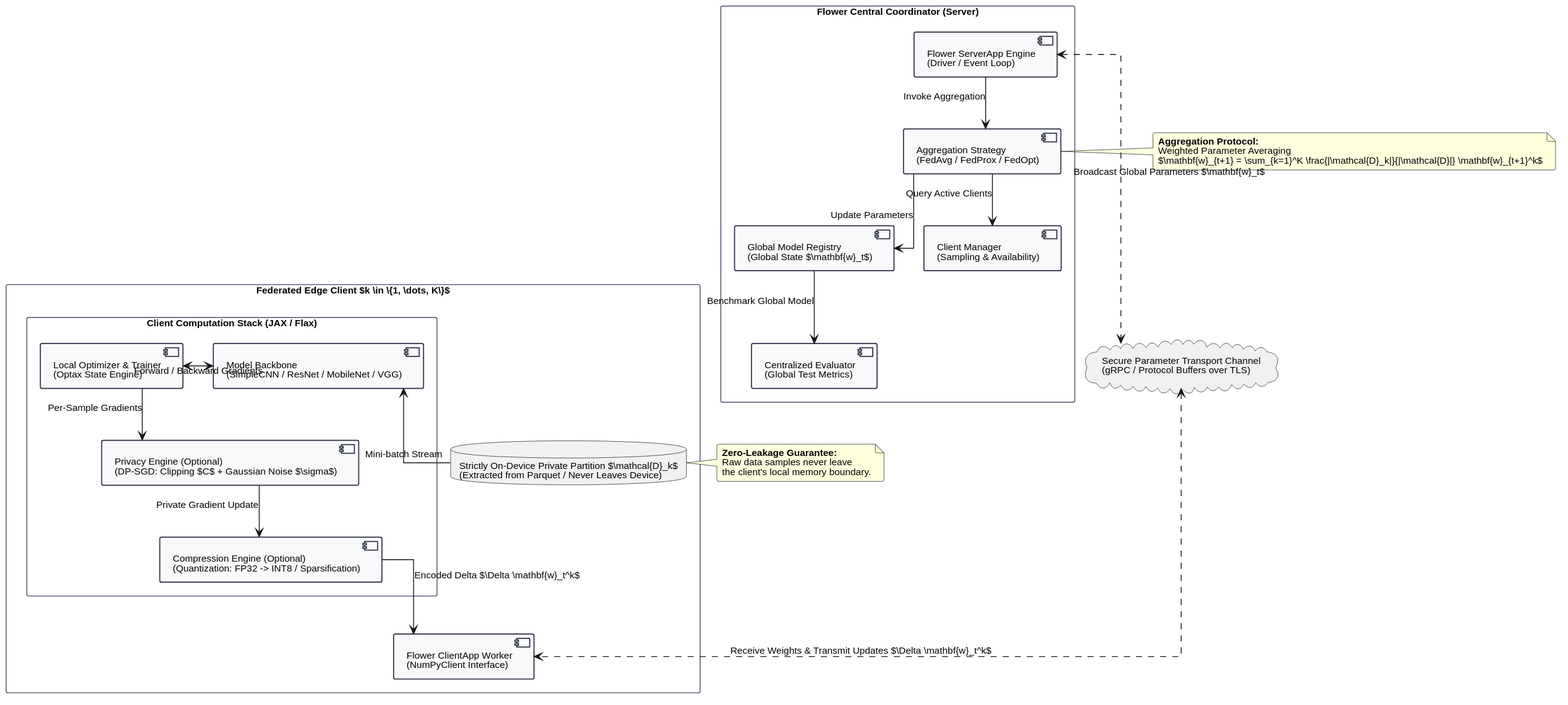
This is diagrams/03-system-architecture/fl_system_overview.svg from bernardbdas/research, a PlantUML export, as it was before one commit. Its diagram source:
```plantuml
@startuml
skinparam monochrome false
skinparam shadowing false
skinparam roundcorner 4
skinparam defaultFontName "Helvetica"
skinparam defaultFontSize 11
skinparam linetype ortho
skinparam packageStyle rectangle

skinparam component {
    BackgroundColor #F8F9FA
    BorderColor #2B2D42
    BorderThickness 1.2
}

skinparam package {
    BackgroundColor #FFFFFF
    BorderColor #4A4E69
    BorderThickness 1.2
    FontStyle bold
}

package "Flower Central Coordinator (Server)" as ServerSide {
    component "Flower ServerApp Engine\n(Driver / Event Loop)" as S_Engine
    component "Aggregation Strategy\n(FedAvg / FedProx / FedOpt)" as S_Strat
    component "Client Manager\n(Sampling & Availability)" as S_CM
    component "Global Model Registry\n(Global State $\mathbf{w}_t$)" as S_Model
    component "Centralized Evaluator\n(Global Test Metrics)" as S_Eval

    S_Engine --> S_Strat : Invoke Aggregation
    S_Strat --> S_CM : Query Active Clients
    S_Strat --> S_Model : Update Parameters
    S_Model --> S_Eval : Benchmark Global Model
}

cloud "Secure Parameter Transport Channel\n(gRPC / Protocol Buffers over TLS)" as Network

package "Federated Edge Client $k \in \{1, \dots, K\}$" as ClientSide {
    component "Flower ClientApp Worker\n(NumPyClient Interface)" as C_App

    package "Client Computation Stack (JAX / Flax)" as JAXStack {
        component "Model Backbone\n(SimpleCNN / ResNet / MobileNet / VGG)" as C_Model
        component "Local Optimizer & Trainer\n(Optax State Engine)" as C_Opt
        component "Privacy Engine (Optional)\n(DP-SGD: Clipping $C$ + Gaussian Noise $\sigma$)" as C_DP
        component "Compression Engine (Optional)\n(Quantization: FP32 -> INT8 / Sparsification)" as C_Comp
    }

    database "Strictly On-Device Private Partition $\mathcal{D}_k$\n(Extracted from Parquet / Never Leaves Device)" as LocalData

    LocalData -up-> C_Model : Mini-batch Stream
    C_Model <-> C_Opt : Forward / Backward Gradients
    C_Opt --> C_DP : Per-Sample Gradients
    C_DP --> C_Comp : Private Gradient Update
    C_Comp --> C_App : Encoded Delta $\Delta \mathbf{w}_t^k$
}

S_Engine <..down..> Network : Broadcast Global Parameters $\mathbf{w}_t$
Network <..down..> C_App : Receive Weights & Transmit Updates $\Delta \mathbf{w}_t^k$

note right of LocalData
  <b>Zero-Leakage Guarantee:</b>
  Raw data samples never leave
  the client's local memory boundary.
end note

note right of S_Strat
  <b>Aggregation Protocol:</b>
  Weighted Parameter Averaging
  $\mathbf{w}_{t+1} = \sum_{k=1}^K \frac{|\mathcal{D}_k|}{|\mathcal{D}|} \mathbf{w}_{t+1}^k$
end note
@enduml
```
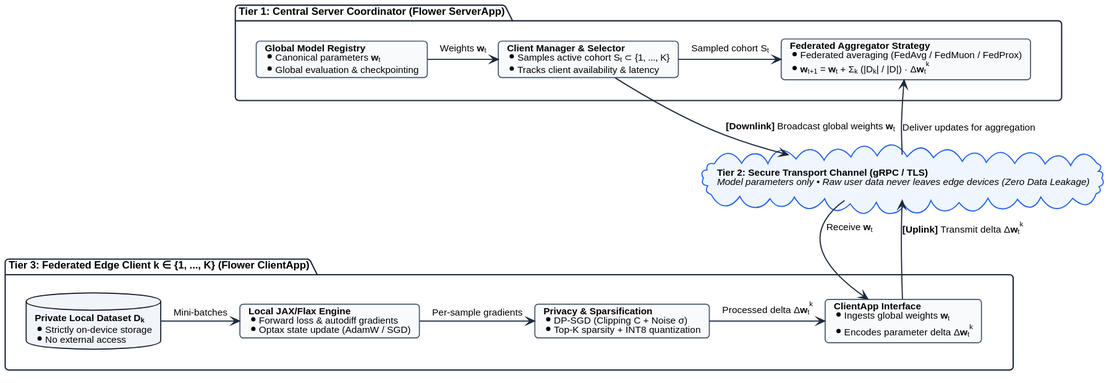
The same diagram one commit later.

Diff of the diagram source:
```diff
@@ -1,71 +1,73 @@
 @startuml
+top to bottom direction
+
 skinparam monochrome false
 skinparam shadowing false
-skinparam roundcorner 4
+skinparam roundcorner 8
 skinparam defaultFontName "Helvetica"
 skinparam defaultFontSize 11
-skinparam linetype ortho
-skinparam packageStyle rectangle
+skinparam ranksep 45
+skinparam nodesep 28
 
-skinparam component {
-    BackgroundColor #F8F9FA
-    BorderColor #2B2D42
+skinparam package {
+    BackgroundColor #FFFFFF
+    BorderColor #1E293B
+    BorderThickness 1.5
+    FontStyle bold
+    FontSize 12
+}
+
+skinparam card {
+    BackgroundColor #F8FAFC
+    BorderColor #475569
     BorderThickness 1.2
 }
 
-skinparam package {
-    BackgroundColor #FFFFFF
-    BorderColor #4A4E69
+skinparam database {
+    BackgroundColor #F1F5F9
+    BorderColor #0F172A
     BorderThickness 1.2
-    FontStyle bold
 }
 
-package "Flower Central Coordinator (Server)" as ServerSide {
-    component "Flower ServerApp Engine\n(Driver / Event Loop)" as S_Engine
-    component "Aggregation Strategy\n(FedAvg / FedProx / FedOpt)" as S_Strat
-    component "Client Manager\n(Sampling & Availability)" as S_CM
-    component "Global Model Registry\n(Global State $\mathbf{w}_t$)" as S_Model
-    component "Centralized Evaluator\n(Global Test Metrics)" as S_Eval
-
-    S_Engine --> S_Strat : Invoke Aggregation
-    S_Strat --> S_CM : Query Active Clients
-    S_Strat --> S_Model : Update Parameters
-    S_Model --> S_Eval : Benchmark Global Model
+skinparam cloud {
+    BackgroundColor #EFF6FF
+    BorderColor #2563EB
+    BorderThickness 1.3
 }
 
-cloud "Secure Parameter Transport Channel\n(gRPC / Protocol Buffers over TLS)" as Network
-
-package "Federated Edge Client $k \in \{1, \dots, K\}$" as ClientSide {
-    component "Flower ClientApp Worker\n(NumPyClient Interface)" as C_App
-
-    package "Client Computation Stack (JAX / Flax)" as JAXStack {
-        component "Model Backbone\n(SimpleCNN / ResNet / MobileNet / VGG)" as C_Model
-        component "Local Optimizer & Trainer\n(Optax State Engine)" as C_Opt
-        component "Privacy Engine (Optional)\n(DP-SGD: Clipping $C$ + Gaussian Noise $\sigma$)" as C_DP
-        component "Compression Engine (Optional)\n(Quantization: FP32 -> INT8 / Sparsification)" as C_Comp
-    }
-
-    database "Strictly On-Device Private Partition $\mathcal{D}_k$\n(Extracted from Parquet / Never Leaves Device)" as LocalData
-
-    LocalData -up-> C_Model : Mini-batch Stream
-    C_Model <-> C_Opt : Forward / Backward Gradients
-    C_Opt --> C_DP : Per-Sample Gradients
-    C_DP --> C_Comp : Private Gradient Update
-    C_Comp --> C_App : Encoded Delta $\Delta \mathbf{w}_t^k$
+skinparam arrow {
+    Color #1E293B
+    Thickness 1.3
 }
 
-S_Engine <..down..> Network : Broadcast Global Parameters $\mathbf{w}_t$
-Network <..down..> C_App : Receive Weights & Transmit Updates $\Delta \mathbf{w}_t^k$
+package "Tier 1: Central Server Coordinator (Flower ServerApp)" as Server {
+    card "<b>Global Model Registry</b>\n* Canonical parameters <b>w</b><sub>t</sub>\n* Global evaluation & checkpointing" as S_Model #F8FAFC
+    card "<b>Client Manager & Selector</b>\n* Samples active cohort S<sub>t</sub> ⊂ {1, ..., K}\n* Tracks client availability & latency" as S_Selector #F8FAFC
+    card "<b>Federated Aggregator Strategy</b>\n* Federated averaging (FedAvg / FedMuon / FedProx)\n* <b>w</b><sub>t+1</sub> = <b>w</b><sub>t</sub> + Σ<sub>k</sub> (|D<sub>k</sub>| / |D|) · Δ<b>w</b><sub>t</sub><sup>k</sup>" as S_Agg #F8FAFC
 
-note right of LocalData
-  <b>Zero-Leakage Guarantee:</b>
-  Raw data samples never leave
-  the client's local memory boundary.
-end note
+    S_Model -right-> S_Selector : Weights <b>w</b><sub>t</sub>
+    S_Selector -right-> S_Agg : Sampled cohort S<sub>t</sub>
+}
 
-note right of S_Strat
-  <b>Aggregation Protocol:</b>
-  Weighted Parameter Averaging
-  $\mathbf{w}_{t+1} = \sum_{k=1}^K \frac{|\mathcal{D}_k|}{|\mathcal{D}|} \mathbf{w}_{t+1}^k$
-end note
+cloud "<b>Tier 2: Secure Transport Channel (gRPC / TLS)</b>\n<i>Model parameters only • Raw user data never leaves edge devices (Zero Data Leakage)</i>" as Transport
+
+package "Tier 3: Federated Edge Client k ∈ {1, ..., K} (Flower ClientApp)" as Client {
+    database "<b>Private Local Dataset D<sub>k</sub></b>\n* Strictly on-device storage\n* No external access" as C_Data #F1F5F9
+    card "<b>Local JAX/Flax Engine</b>\n* Forward loss & autodiff gradients\n* Optax state update (AdamW / SGD)" as C_Train #F8FAFC
+    card "<b>Privacy & Sparsification</b>\n* DP-SGD (Clipping C + Noise σ)\n* Top-K sparsity + INT8 quantization" as C_Priv #F8FAFC
+    card "<b>ClientApp Interface</b>\n* Ingests global weights <b>w</b><sub>t</sub>\n* Encodes parameter delta Δ<b>w</b><sub>t</sub><sup>k</sup>" as C_App #F8FAFC
+
+    C_Data -right-> C_Train : Mini-batches
+    C_Train -right-> C_Priv : Per-sample gradients
+    C_Priv -right-> C_App : Processed delta Δ<b>w</b><sub>t</sub><sup>k</sup>
+}
+
+Server -[hidden]down-> Transport
+Transport -[hidden]down-> Client
+
+S_Selector -down-> Transport : <b>[Downlink]</b> Broadcast global weights <b>w</b><sub>t</sub>
+Transport -down-> C_App : Receive <b>w</b><sub>t</sub>
+
+C_App -up-> Transport : <b>[Uplink]</b> Transmit delta Δ<b>w</b><sub>t</sub><sup>k</sup>
+Transport -up-> S_Agg : Deliver updates for aggregation
 @enduml
```
